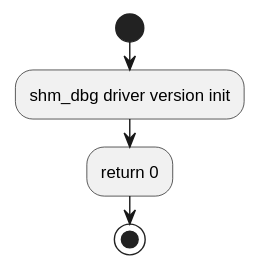
Above: c1_sdd_linux-ipcs/cursor_tmp/flow_svgs/linux_6_3_10_shm_mod_init.svg in Mastang1/sad_sdd_proj (PlantUML), before the change.
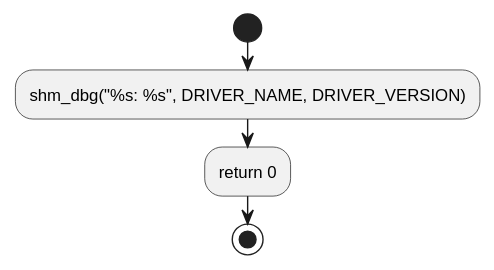
The same diagram one commit later.

The edit, as a diff of the source:
```diff
@@ -3,7 +3,7 @@
 skinparam conditionStyle insideDiamond
 skinparam linetype ortho
 start
-:shm_dbg driver version init;
+:shm_dbg("%s: %s", DRIVER_NAME, DRIVER_VERSION);
 :return 0;
 stop
 @enduml
```
